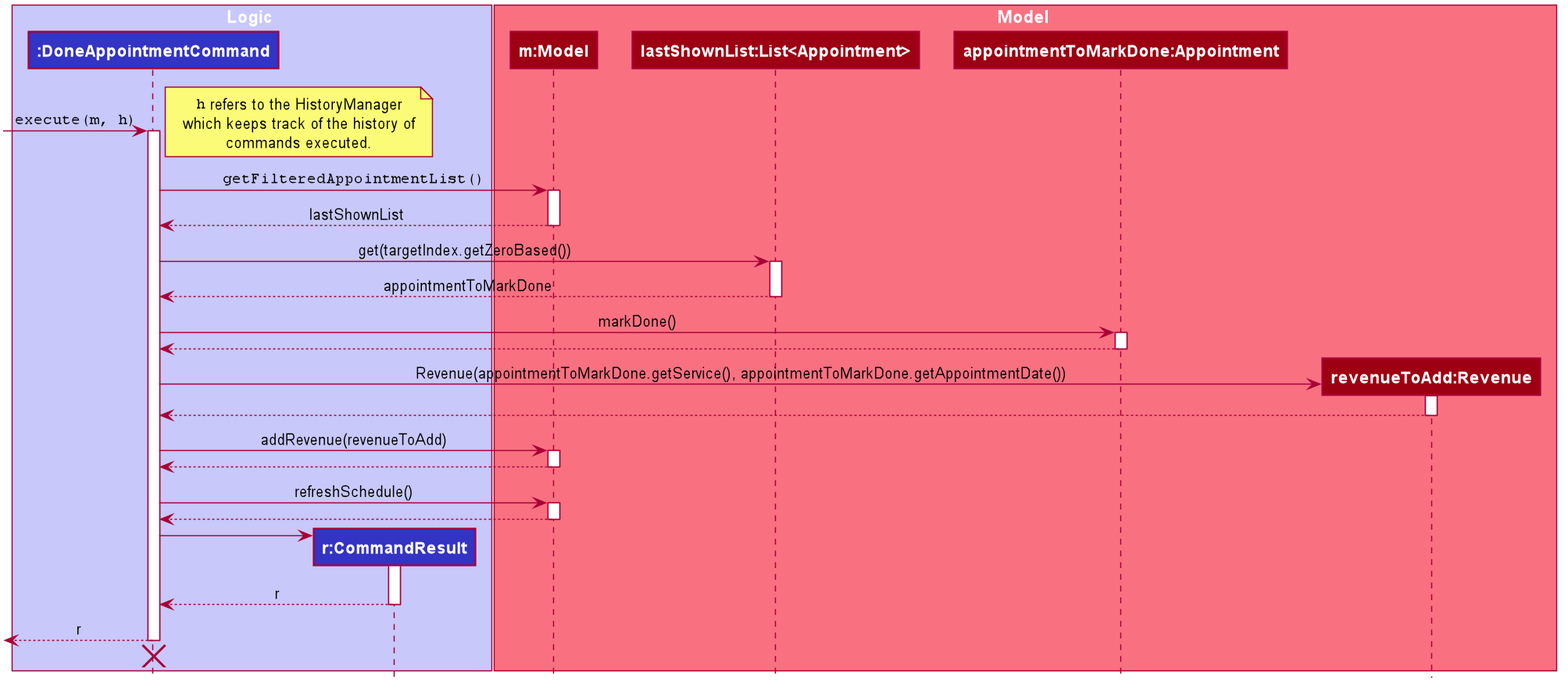
The PlantUML diagram docs/images/DoneAppointmentSequenceDiagram.png in yanlynnnnn/tp, before a commit.
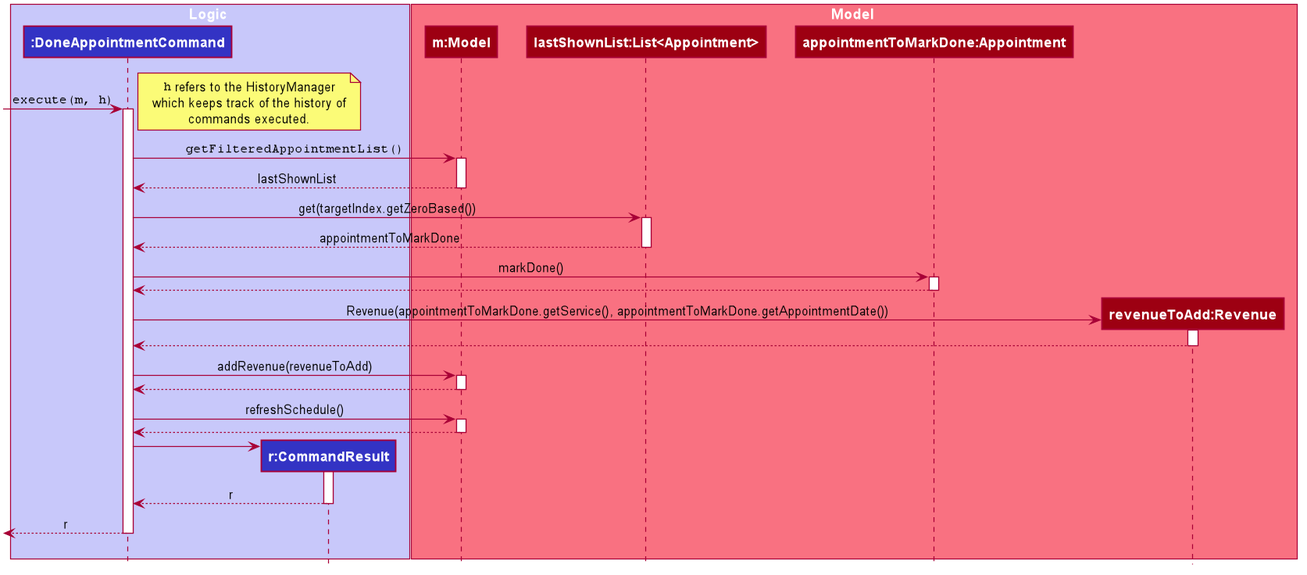
The same diagram one commit later.

What changed in the source:
```diff
@@ -120,6 +120,6 @@
 deactivate DoneAppointmentCommand
 
 DoneAppointmentCommand -[hidden]> CommandResult
-destroy DoneAppointmentCommand
+
 
 @enduml
```
